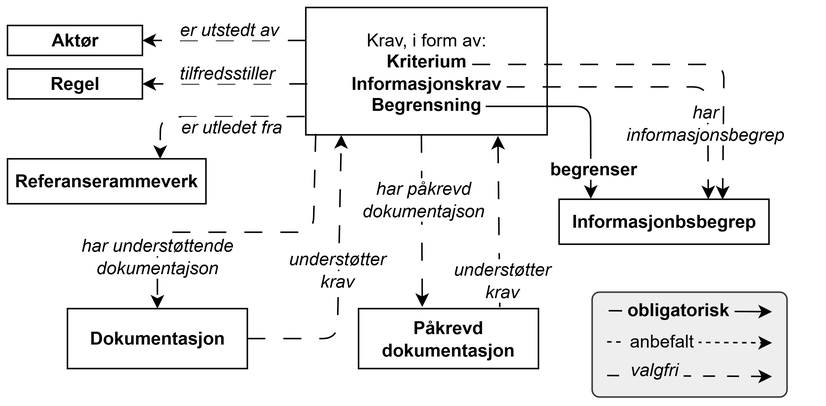
This is docs/images/CCCEV-AP-NO-forenklet-fremstilling.png from Informasjonsforvaltning/cccev-ap-no, a draw.io export, as it was before one commit. Source tidied: cells renumbered, new cells last; positions are measured from the earlier drawing's top-left corner, leaving out a move shared by most shapes.
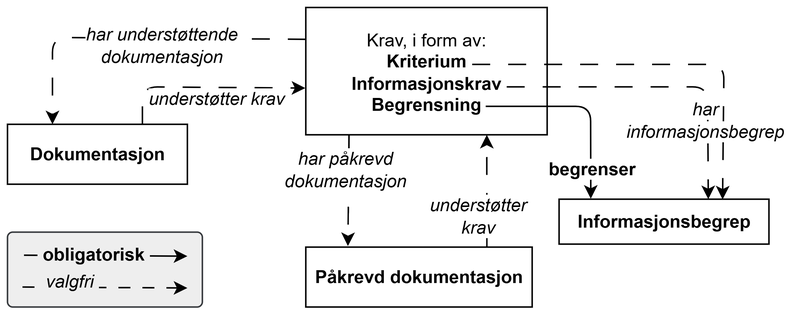
The same file after the commit.

Diff of the diagram source:
```diff
@@ -5,52 +5,20 @@
     <mxCell id="2" value="Krav, i form av:&lt;br&gt;&lt;b&gt;Kriterium&lt;/b&gt;&lt;br&gt;&lt;b&gt;Informasjonskrav&lt;/b&gt;&lt;br&gt;&lt;b&gt;Begrensning&lt;/b&gt;" style="rounded=0;whiteSpace=wrap;html=1;" parent="1" vertex="1">
       <mxGeometry x="199" width="161" height="85" as="geometry" />
     </mxCell>
-    <mxCell id="3" value="&lt;b&gt;Aktør&lt;/b&gt;" style="rounded=0;whiteSpace=wrap;html=1;" parent="1" vertex="1">
-      <mxGeometry y="12" width="90" height="20" as="geometry" />
-    </mxCell>
-    <mxCell id="4" style="endArrow=classic;html=1;rounded=0;entryX=1;entryY=0.5;entryDx=0;entryDy=0;dashed=1;dashPattern=12 12;" parent="1" edge="1" target="3">
-      <mxGeometry relative="1" as="geometry">
-        <mxPoint x="199" y="22" as="sourcePoint" />
-      </mxGeometry>
-    </mxCell>
-    <mxCell id="5" value="&lt;b&gt;Regel&lt;/b&gt;" style="rounded=0;whiteSpace=wrap;html=1;" parent="1" vertex="1">
-      <mxGeometry y="41" width="90" height="20" as="geometry" />
-    </mxCell>
-    <mxCell id="6" style="endArrow=classic;html=1;rounded=0;entryX=1;entryY=0.5;entryDx=0;entryDy=0;dashed=1;dashPattern=12 12;" parent="1" edge="1" target="5">
-      <mxGeometry relative="1" as="geometry">
-        <mxPoint x="200" y="51" as="sourcePoint" />
-      </mxGeometry>
-    </mxCell>
-    <mxCell id="7" value="&lt;span style=&quot;background-color: rgb(255, 255, 255);&quot;&gt;&lt;i&gt;er utstedt av&lt;/i&gt;&lt;br&gt;&lt;/span&gt;" style="text;html=1;strokeColor=none;fillColor=none;align=center;verticalAlign=middle;whiteSpace=wrap;rounded=0;" parent="1" vertex="1">
-      <mxGeometry x="108" y="10" width="80" height="10" as="geometry" />
-    </mxCell>
-    <mxCell id="8" value="&lt;span style=&quot;background-color: rgb(255, 255, 255);&quot;&gt;&lt;i&gt;tilfredsstiller&lt;/i&gt;&lt;br&gt;&lt;/span&gt;" style="text;html=1;strokeColor=none;fillColor=none;align=center;verticalAlign=middle;whiteSpace=wrap;rounded=0;" parent="1" vertex="1">
-      <mxGeometry x="110" y="39" width="73" height="10" as="geometry" />
-    </mxCell>
-    <mxCell id="9" style="endArrow=classic;html=1;rounded=1;curved=0;dashed=1;dashPattern=12 12;exitX=0.479;exitY=1;exitDx=0;exitDy=0;entryX=0.354;entryY=-0.028;entryDx=0;entryDy=0;entryPerimeter=0;exitPerimeter=0;" parent="1" edge="1" source="2" target="20">
+    <mxCell id="9" style="endArrow=classic;html=1;rounded=1;curved=0;dashed=1;dashPattern=12 12;exitX=0.179;exitY=1;exitDx=0;exitDy=0;entryX=0.186;entryY=-0.017;entryDx=0;entryDy=0;entryPerimeter=0;exitPerimeter=0;" parent="1" edge="1" source="2" target="20">
       <mxGeometry relative="1" as="geometry" />
     </mxCell>
-    <mxCell id="10" style="endArrow=classic;html=1;rounded=1;curved=0;dashed=1;dashPattern=12 12;entryX=0.147;entryY=1.001;entryDx=0;entryDy=0;entryPerimeter=0;exitX=1;exitY=0.5;exitDx=0;exitDy=0;" parent="1" edge="1" source="21" target="2">
+    <mxCell id="10" style="endArrow=classic;html=1;rounded=1;curved=0;dashed=1;dashPattern=12 12;entryX=-0.002;entryY=0.633;entryDx=0;entryDy=0;exitX=0.75;exitY=0;exitDx=0;exitDy=0;entryPerimeter=0;" parent="1" edge="1" source="21" target="2">
       <mxGeometry relative="1" as="geometry">
         <Array as="points">
-          <mxPoint x="220" y="221" />
+          <mxPoint x="90" y="53" />
         </Array>
       </mxGeometry>
     </mxCell>
-    <mxCell id="11" value="&lt;span style=&quot;background-color: rgb(255, 255, 255);&quot;&gt;&lt;i&gt;understøtter&lt;/i&gt;&lt;/span&gt;&lt;div&gt;&lt;span style=&quot;background-color: rgb(255, 255, 255);&quot;&gt;&lt;i&gt;krav&lt;/i&gt;&lt;br&gt;&lt;/span&gt;&lt;/div&gt;" style="text;html=1;strokeColor=none;fillColor=none;align=center;verticalAlign=middle;whiteSpace=wrap;rounded=0;" parent="1" vertex="1">
-      <mxGeometry x="180" y="164" width="80" height="22" as="geometry" />
+    <mxCell id="11" value="&lt;span style=&quot;background-color: light-dark(#ffffff, var(--ge-dark-color, #121212));&quot;&gt;&lt;span style=&quot;background-color: rgb(255, 255, 255);&quot;&gt;&lt;i style=&quot;&quot;&gt;understøtter&amp;nbsp;&lt;/i&gt;&lt;/span&gt;&lt;i style=&quot;color: light-dark(rgb(0, 0, 0), rgb(255, 255, 255));&quot;&gt;krav&lt;/i&gt;&lt;/span&gt;" style="text;html=1;strokeColor=none;fillColor=none;align=center;verticalAlign=middle;whiteSpace=wrap;rounded=0;" parent="1" vertex="1">
+      <mxGeometry x="90" y="50" width="99" height="22" as="geometry" />
     </mxCell>
-    <mxCell id="12" value="&lt;b&gt;Referanserammeverk&lt;/b&gt;" style="rounded=0;whiteSpace=wrap;html=1;fillColor=none;strokeColor=#000000;" parent="1" vertex="1">
-      <mxGeometry y="101" width="132.4" height="30" as="geometry" />
-    </mxCell>
-    <mxCell id="13" style="endArrow=classic;html=1;rounded=1;dashed=1;dashPattern=12 12;exitX=-0.005;exitY=0.856;exitDx=0;exitDy=0;exitPerimeter=0;curved=0;entryX=0.769;entryY=0.004;entryDx=0;entryDy=0;entryPerimeter=0;" parent="1" edge="1" source="2" target="12">
-      <mxGeometry relative="1" as="geometry">
-        <Array as="points">
-          <mxPoint x="102" y="73" />
-        </Array>
-      </mxGeometry>
-    </mxCell>
-    <mxCell id="14" value="&lt;b&gt;Informasjonbsbegrep&lt;/b&gt;" style="rounded=0;whiteSpace=wrap;html=1;fillColor=none;strokeColor=#000000;" parent="1" vertex="1">
+    <mxCell id="14" value="&lt;b&gt;Informasjonsbegrep&lt;/b&gt;" style="rounded=0;whiteSpace=wrap;html=1;fillColor=none;strokeColor=#000000;" parent="1" vertex="1">
       <mxGeometry x="368" y="128" width="140" height="30" as="geometry" />
     </mxCell>
     <mxCell id="15" style="endArrow=classic;html=1;rounded=1;curved=0;dashed=1;dashPattern=12 12;entryX=0.779;entryY=0.007;entryDx=0;entryDy=0;entryPerimeter=0;" parent="1" edge="1" target="14">
@@ -70,7 +38,7 @@
       </mxGeometry>
     </mxCell>
     <mxCell id="17" value="&lt;span style=&quot;background-color: rgb(255, 255, 255);&quot;&gt;&lt;b&gt;begrenser&lt;/b&gt;&lt;br&gt;&lt;/span&gt;" style="text;html=1;strokeColor=none;fillColor=none;align=center;verticalAlign=middle;whiteSpace=wrap;rounded=0;" parent="1" vertex="1">
-      <mxGeometry x="350.8" y="98" width="80" height="20" as="geometry" />
+      <mxGeometry x="350" y="98" width="80" height="20" as="geometry" />
     </mxCell>
     <mxCell id="18" style="endArrow=classic;html=1;rounded=1;curved=0;dashed=1;dashPattern=12 12;entryX=0.711;entryY=0;entryDx=0;entryDy=0;entryPerimeter=0;" parent="1" edge="1" target="14">
       <mxGeometry relative="1" as="geometry">
@@ -81,72 +49,62 @@
       </mxGeometry>
     </mxCell>
     <mxCell id="19" value="&lt;span style=&quot;background-color: rgb(255, 255, 255);&quot;&gt;&lt;i&gt;har&lt;/i&gt;&lt;/span&gt;&lt;div&gt;&lt;span style=&quot;background-color: rgb(255, 255, 255);&quot;&gt;&lt;i&gt;informasjonsbegrep&lt;/i&gt;&lt;br&gt;&lt;/span&gt;&lt;/div&gt;" style="text;html=1;strokeColor=none;fillColor=none;align=center;verticalAlign=middle;whiteSpace=wrap;rounded=0;" parent="1" vertex="1">
-      <mxGeometry x="391" y="67" width="149" height="20" as="geometry" />
+      <mxGeometry x="411" y="65" width="109" height="20" as="geometry" />
     </mxCell>
     <mxCell id="20" value="&lt;b&gt;Påkrevd dokumentasjon&lt;/b&gt;" style="rounded=0;whiteSpace=wrap;html=1;" parent="1" vertex="1">
-      <mxGeometry x="234.2" y="201" width="120" height="40" as="geometry" />
+      <mxGeometry x="199" y="160" width="151" height="40" as="geometry" />
     </mxCell>
     <mxCell id="21" value="&lt;div&gt;&lt;b style=&quot;background-color: transparent; color: light-dark(rgb(0, 0, 0), rgb(255, 255, 255));&quot;&gt;Dokumentasjon&lt;/b&gt;&lt;/div&gt;" style="rounded=0;whiteSpace=wrap;html=1;" parent="1" vertex="1">
-      <mxGeometry x="40" y="201" width="120" height="40" as="geometry" />
+      <mxGeometry y="78" width="120" height="40" as="geometry" />
     </mxCell>
-    <mxCell id="22" value="&lt;span style=&quot;background-color: rgb(255, 255, 255);&quot;&gt;&lt;i&gt;er utledet fra&lt;/i&gt;&lt;br&gt;&lt;/span&gt;" style="text;html=1;strokeColor=none;fillColor=none;align=center;verticalAlign=middle;whiteSpace=wrap;rounded=0;" parent="1" vertex="1">
-      <mxGeometry x="111" y="75" width="77" height="10" as="geometry" />
-    </mxCell>
-    <mxCell id="23" style="endArrow=classic;html=1;rounded=1;curved=0;dashed=1;dashPattern=12 12;entryX=0.5;entryY=0;entryDx=0;entryDy=0;exitX=0.041;exitY=0.992;exitDx=0;exitDy=0;exitPerimeter=0;" parent="1" edge="1" source="2" target="21">
+    <mxCell id="23" style="endArrow=classic;html=1;rounded=1;curved=0;dashed=1;dashPattern=12 12;entryX=0.25;entryY=0;entryDx=0;entryDy=0;exitX=0;exitY=0.25;exitDx=0;exitDy=0;" parent="1" edge="1" source="2" target="21">
       <mxGeometry relative="1" as="geometry">
         <Array as="points">
-          <mxPoint x="204" y="150" />
-          <mxPoint x="100" y="150" />
+          <mxPoint x="30" y="20" />
         </Array>
       </mxGeometry>
     </mxCell>
-    <mxCell id="24" value="&lt;span style=&quot;background-color: rgb(255, 255, 255);&quot;&gt;&lt;i&gt;har understøttende dokumentajson&lt;/i&gt;&lt;br&gt;&lt;/span&gt;" style="text;html=1;strokeColor=none;fillColor=none;align=center;verticalAlign=middle;whiteSpace=wrap;rounded=0;" parent="1" vertex="1">
-      <mxGeometry x="43.2" y="156" width="113.6" height="20" as="geometry" />
+    <mxCell id="24" value="&lt;span style=&quot;background-color: rgb(255, 255, 255);&quot;&gt;&lt;i&gt;har understøttende dokumentasjon&lt;/i&gt;&lt;br&gt;&lt;/span&gt;" style="text;html=1;strokeColor=none;fillColor=none;align=center;verticalAlign=middle;whiteSpace=wrap;rounded=0;" parent="1" vertex="1">
+      <mxGeometry x="46" y="15" width="113.6" height="20" as="geometry" />
     </mxCell>
-    <mxCell id="25" value="&lt;span style=&quot;background-color: rgb(255, 255, 255);&quot;&gt;&lt;i&gt;har påkrevd dokumentajson&lt;/i&gt;&lt;br&gt;&lt;/span&gt;" style="text;html=1;strokeColor=none;fillColor=none;align=center;verticalAlign=middle;whiteSpace=wrap;rounded=0;" parent="1" vertex="1">
-      <mxGeometry x="232.2" y="118" width="90.6" height="20" as="geometry" />
+    <mxCell id="25" value="&lt;span style=&quot;background-color: rgb(255, 255, 255);&quot;&gt;&lt;i&gt;har påkrevd dokumentasjon&lt;/i&gt;&lt;br&gt;&lt;/span&gt;" style="text;html=1;strokeColor=none;fillColor=none;align=center;verticalAlign=middle;whiteSpace=wrap;rounded=0;" parent="1" vertex="1">
+      <mxGeometry x="180" y="98" width="90.6" height="20" as="geometry" />
     </mxCell>
-    <mxCell id="26" style="endArrow=classic;html=1;rounded=1;curved=0;dashed=1;dashPattern=12 12;exitX=0.785;exitY=-0.026;exitDx=0;exitDy=0;exitPerimeter=0;entryX=0.796;entryY=1.008;entryDx=0;entryDy=0;entryPerimeter=0;" parent="1" edge="1" source="20" target="2">
+    <mxCell id="26" style="endArrow=classic;html=1;rounded=1;curved=0;dashed=1;dashPattern=12 12;exitX=0.8;exitY=-0.004;exitDx=0;exitDy=0;exitPerimeter=0;entryX=0.75;entryY=1;entryDx=0;entryDy=0;" parent="1" edge="1" source="20" target="2">
       <mxGeometry relative="1" as="geometry" />
     </mxCell>
     <mxCell id="27" value="&lt;span style=&quot;background-color: rgb(255, 255, 255);&quot;&gt;&lt;i&gt;understøtter&lt;/i&gt;&lt;/span&gt;&lt;div&gt;&lt;span style=&quot;background-color: rgb(255, 255, 255);&quot;&gt;&lt;i&gt;krav&lt;/i&gt;&lt;br&gt;&lt;/span&gt;&lt;/div&gt;" style="text;html=1;strokeColor=none;fillColor=none;align=center;verticalAlign=middle;whiteSpace=wrap;rounded=0;" parent="1" vertex="1">
-      <mxGeometry x="290" y="171" width="80" height="22" as="geometry" />
+      <mxGeometry x="273.8" y="128" width="80" height="22" as="geometry" />
     </mxCell>
-    <mxCell id="28" style="group;" parent="1" vertex="1">
-      <mxGeometry x="390" y="190" width="130" height="70" as="geometry" />
-    </mxCell>
+    <mxCell id="37" style="group;" parent="1" vertex="1">
+      <mxGeometry y="150" width="130" height="50" as="geometry" />
+    </mxCell>
-    <mxCell id="29" style="rounded=1;whiteSpace=wrap;html=1;align=left;verticalAlign=top;arcSize=7;fillColor=#eeeeee;strokeColor=#36393d;" parent="28" vertex="1">
-      <mxGeometry width="130" height="70" as="geometry" />
+    <mxCell id="29" style="rounded=1;whiteSpace=wrap;html=1;align=left;verticalAlign=top;arcSize=7;fillColor=#eeeeee;strokeColor=#36393d;" parent="37" vertex="1">
+      <mxGeometry width="130" height="50" as="geometry" />
     </mxCell>
-    <mxCell id="30" style="group;" parent="28" vertex="1">
-      <mxGeometry x="10" y="2" width="110" height="60.8" as="geometry" />
-    </mxCell>
+    <mxCell id="38" style="group;" parent="37" vertex="1">
+      <mxGeometry x="10" y="23" width="110" height="20.8" as="geometry" />
+    </mxCell>
+    <mxCell id="35" style="endArrow=classic;html=1;rounded=0;dashed=1;dashPattern=8 8;" parent="38" edge="1">
+      <mxGeometry relative="1" as="geometry">
+        <mxPoint y="13.7" as="sourcePoint" />
+        <mxPoint x="110" y="14.3" as="targetPoint" />
+      </mxGeometry>
+    </mxCell>
+    <mxCell id="36" value="&lt;span style=&quot;background-color: rgb(238, 238, 238);&quot;&gt;&lt;i&gt;&amp;nbsp;valgfri&amp;nbsp;&lt;/i&gt;&lt;/span&gt;" style="text;html=1;align=center;verticalAlign=middle;whiteSpace=wrap;rounded=0;" parent="38" vertex="1">
+      <mxGeometry x="5.7" width="51.2" height="20.8" as="geometry" />
+    </mxCell>
+    <mxCell id="39" style="group;" parent="37" vertex="1">
+      <mxGeometry x="11" y="5" width="109" height="20.8" as="geometry" />
+    </mxCell>
-    <mxCell id="31" style="endArrow=classic;html=1;rounded=0;" parent="30" edge="1">
+    <mxCell id="31" style="endArrow=classic;html=1;rounded=0;" parent="39" edge="1">
       <mxGeometry relative="1" as="geometry">
-        <mxPoint x="1" y="10.4" as="sourcePoint" />
-        <mxPoint x="110" y="11.1" as="targetPoint" />
+        <mxPoint y="10.4" as="sourcePoint" />
+        <mxPoint x="109" y="11.1" as="targetPoint" />
       </mxGeometry>
     </mxCell>
-    <mxCell id="32" value="&lt;b style=&quot;background-color: rgb(238, 238, 238);&quot;&gt;&amp;nbsp;obligatorisk&amp;nbsp;&lt;/b&gt;" style="text;html=1;align=center;verticalAlign=middle;whiteSpace=wrap;rounded=0;" parent="30" vertex="1">
-      <mxGeometry x="22.4" width="50.7" height="20.8" as="geometry" />
+    <mxCell id="32" value="&lt;b style=&quot;background-color: rgb(238, 238, 238);&quot;&gt;&amp;nbsp;obligatorisk&amp;nbsp;&lt;/b&gt;" style="text;html=1;align=center;verticalAlign=middle;whiteSpace=wrap;rounded=0;" parent="39" vertex="1">
+      <mxGeometry x="21.4" width="50.7" height="20.8" as="geometry" />
     </mxCell>
-    <mxCell id="33" style="endArrow=classic;html=1;rounded=0;dashed=1;" parent="30" edge="1">
-      <mxGeometry relative="1" as="geometry">
-        <mxPoint y="31.2" as="sourcePoint" />
-        <mxPoint x="110" y="31.9" as="targetPoint" />
-      </mxGeometry>
-    </mxCell>
-    <mxCell id="34" value="&lt;span style=&quot;background-color: rgb(238, 238, 238);&quot;&gt;&amp;nbsp;anbefalt&amp;nbsp;&lt;/span&gt;" style="text;html=1;align=center;verticalAlign=middle;whiteSpace=wrap;rounded=0;" parent="30" vertex="1">
-      <mxGeometry x="10.7" y="20.8" width="51.2" height="20.8" as="geometry" />
-    </mxCell>
-    <mxCell id="35" style="endArrow=classic;html=1;rounded=0;dashed=1;dashPattern=8 8;" parent="30" edge="1">
-      <mxGeometry relative="1" as="geometry">
-        <mxPoint y="53.6" as="sourcePoint" />
-        <mxPoint x="110" y="54.3" as="targetPoint" />
-      </mxGeometry>
-    </mxCell>
-    <mxCell id="36" value="&lt;span style=&quot;background-color: rgb(238, 238, 238);&quot;&gt;&lt;i&gt;&amp;nbsp;valgfri&amp;nbsp;&lt;/i&gt;&lt;/span&gt;" style="text;html=1;align=center;verticalAlign=middle;whiteSpace=wrap;rounded=0;" parent="30" vertex="1">
-      <mxGeometry x="5.7" y="40" width="51.2" height="20.8" as="geometry" />
-    </mxCell>
   </root>
 </mxGraphModel>
```
